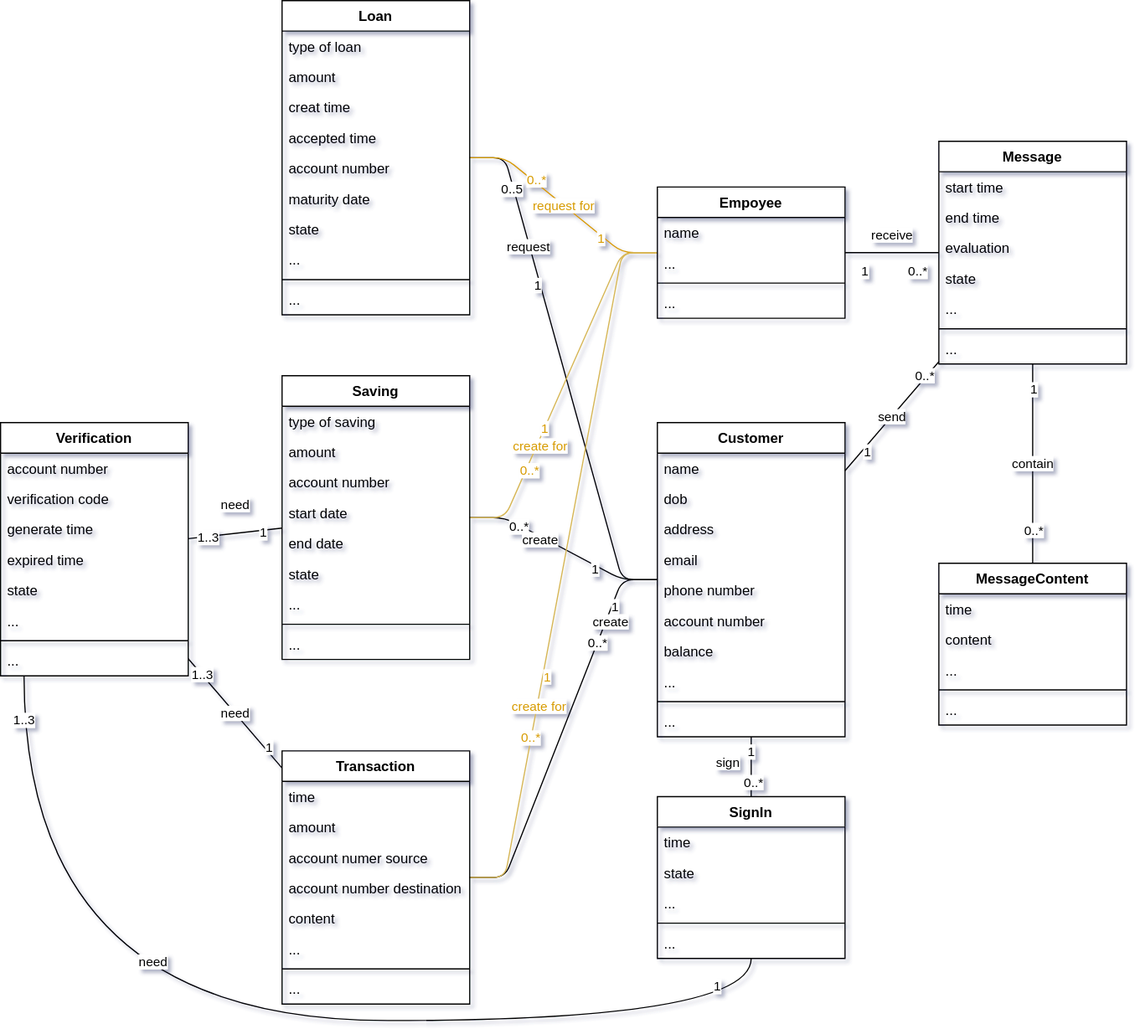
The draw.io diagram diagrams/class_diagram.svg in trandong2932002/cnpm, before a commit. Source tidied: cells renumbered, new cells last; positions are measured from the earlier drawing's top-left corner, leaving out a move shared by most shapes.
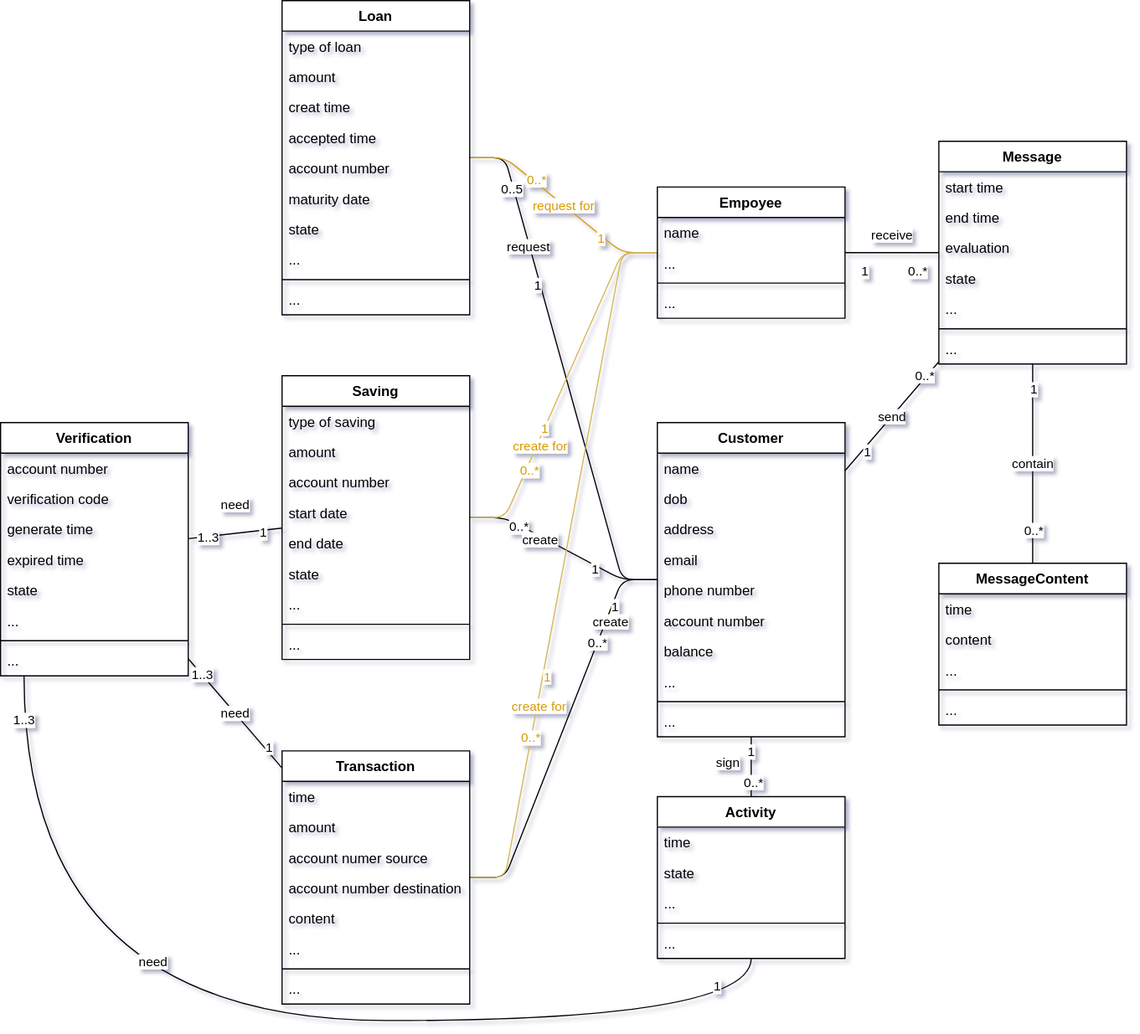
The same file after the commit.

Commit message:
fix Use Case Description, Class Diagram; add Sequence Diagram

Change to the diagram source:
```diff
@@ -276,7 +276,7 @@
         <mxPoint x="-21" y="-31" as="offset" />
       </mxGeometry>
     </mxCell>
-    <mxCell id="86" value="SignIn" style="swimlane;fontStyle=1;align=center;verticalAlign=top;horizontal=1;startSize=26;strokeColor=default;" parent="1" vertex="1">
+    <mxCell id="86" value="Activity" style="swimlane;fontStyle=1;align=center;verticalAlign=top;horizontal=1;startSize=26;strokeColor=default;" parent="1" vertex="1">
       <mxGeometry x="560" y="679" width="160" height="138" as="geometry" />
     </mxCell>
     <mxCell id="87" value="time" style="text;strokeColor=none;fillColor=none;align=left;verticalAlign=top;spacingLeft=4;spacingRight=4;overflow=hidden;" parent="86" vertex="1">
```
